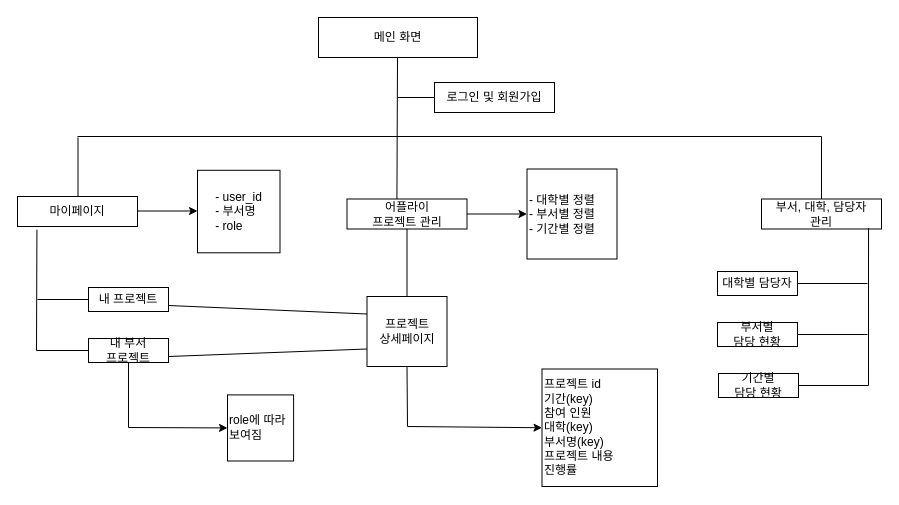
OhHyukJun/Calendar_Project keeps this draw.io diagram as 제목 없는 다이어그램.drawio. Above is the earlier version. Source tidied: cells renumbered, new cells numbered last; positions are measured from the earlier drawing's top-left corner, leaving out a move shared by most shapes. Both pictures are drawn from the tidied source at 100%, with x=0, y=0 at pixel (17, 17).
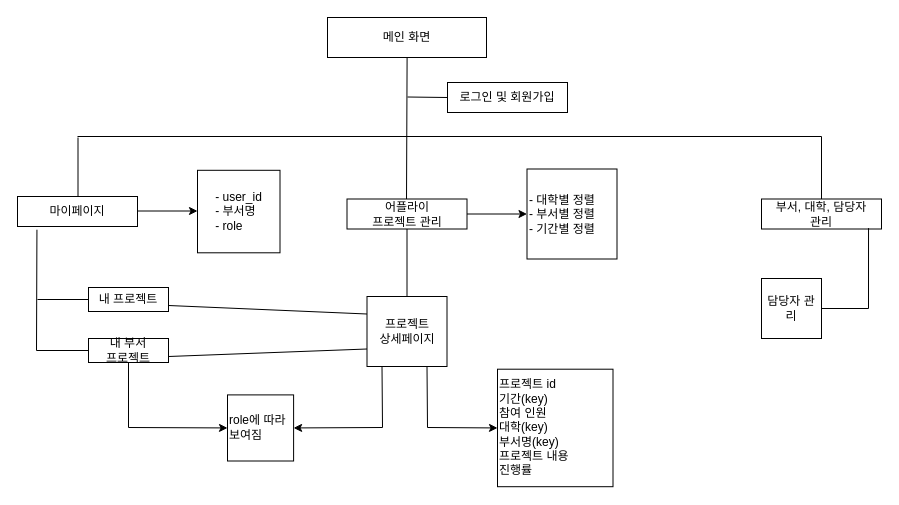
The same page after the edit.

Commit message:
제목 없는 다이어그램.drawio 업데이트

Unchanged cells that the change refers to:
```xml
<mxCell id="9" value="어플라이 &lt;br&gt;프로젝트 관리" style="rounded=0;whiteSpace=wrap;html=1;" parent="1" vertex="1">
  <mxGeometry x="329.5" y="181.5" width="120" height="30" as="geometry" />
</mxCell>
<mxCell id="13" value="프로젝트&lt;br&gt;상세페이지" style="rounded=0;whiteSpace=wrap;html=1;" parent="1" vertex="1">
  <mxGeometry x="349.5" y="279" width="80" height="70" as="geometry" />
</mxCell>
<mxCell id="16" value="부서, 대학, 담당자&lt;br&gt;관리" style="rounded=0;whiteSpace=wrap;html=1;" parent="1" vertex="1">
  <mxGeometry x="744" y="181.5" width="120" height="30" as="geometry" />
</mxCell>
<mxCell id="26" value="role에 따라 보여짐" style="whiteSpace=wrap;html=1;align=left;" parent="1" vertex="1">
  <mxGeometry x="210" y="377.4" width="66.1" height="66.1" as="geometry" />
</mxCell>
```

Diff of the diagram source:
```diff
@@
     <mxCell id="2" value="메인 화면" style="rounded=0;whiteSpace=wrap;html=1;" parent="1" vertex="1">
-      <mxGeometry x="301" width="159" height="40" as="geometry" />
+      <mxGeometry x="310" width="159" height="40" as="geometry" />
     </mxCell>
-    <mxCell id="3" style="endArrow=none;html=1;rounded=0;entryX=0.5;entryY=1;entryDx=0;entryDy=0;exitX=0.416;exitY=0.063;exitDx=0;exitDy=0;exitPerimeter=0;" parent="1" edge="1" source="9">
+    <mxCell id="3" style="endArrow=none;html=1;rounded=0;entryX=0.5;entryY=1;entryDx=0;entryDy=0;exitX=0.416;exitY=0.063;exitDx=0;exitDy=0;exitPerimeter=0;" parent="1" edge="1">
       <mxGeometry relative="1" as="geometry">
-        <mxPoint x="380" y="40" as="targetPoint" />
+        <mxPoint x="389" y="183.4" as="sourcePoint" />
+        <mxPoint x="389.6" y="40" as="targetPoint" />
       </mxGeometry>
     </mxCell>
-    <mxCell id="4" style="endArrow=none;html=1;rounded=0;" parent="1" edge="1">
+    <mxCell id="4" style="endArrow=none;html=1;rounded=0;entryX=0;entryY=0.5;entryDx=0;entryDy=0;" parent="1" edge="1" target="5">
       <mxGeometry relative="1" as="geometry">
-        <mxPoint x="380" y="80" as="sourcePoint" />
-        <mxPoint x="417" y="80" as="targetPoint" />
+        <mxPoint x="390" y="79.5" as="sourcePoint" />
       </mxGeometry>
     </mxCell>
     <mxCell id="5" value="로그인 및 회원가입" style="rounded=0;whiteSpace=wrap;html=1;" parent="1" vertex="1">
-      <mxGeometry x="417" y="65" width="120" height="30" as="geometry" />
+      <mxGeometry x="430" y="65" width="120" height="30" as="geometry" />
     </mxCell>
@@
-    <mxCell id="17" style="endArrow=none;html=1;rounded=0;entryX=0.892;entryY=0.97;entryDx=0;entryDy=0;entryPerimeter=0;exitX=1;exitY=0.5;exitDx=0;exitDy=0;" parent="1" edge="1" source="20" target="16">
+    <mxCell id="17" style="endArrow=none;html=1;rounded=0;entryX=0.892;entryY=0.97;entryDx=0;entryDy=0;entryPerimeter=0;exitX=1;exitY=0.5;exitDx=0;exitDy=0;" parent="1" edge="1" source="34" target="16">
       <mxGeometry relative="1" as="geometry">
         <Array as="points">
-          <mxPoint x="851" y="368" />
+          <mxPoint x="851" y="291" />
         </Array>
       </mxGeometry>
     </mxCell>
-    <mxCell id="18" value="대학별 담당자" style="rounded=0;whiteSpace=wrap;html=1;" parent="1" vertex="1">
-      <mxGeometry x="700" y="254" width="80" height="24" as="geometry" />
-    </mxCell>
-    <mxCell id="19" value="부서별 &lt;br&gt;담당 현황" style="rounded=0;whiteSpace=wrap;html=1;" parent="1" vertex="1">
-      <mxGeometry x="700" y="305" width="80" height="24" as="geometry" />
-    </mxCell>
-    <mxCell id="20" value="기간별 &lt;br&gt;담당 현황" style="rounded=0;whiteSpace=wrap;html=1;" parent="1" vertex="1">
-      <mxGeometry x="701" y="356" width="80" height="24" as="geometry" />
-    </mxCell>
     <mxCell id="21" value="&lt;span style=&quot;background-color: initial;&quot;&gt;프로젝트 id&lt;/span&gt;&lt;br&gt;&lt;span style=&quot;background-color: initial;&quot;&gt;기간(key)&lt;/span&gt;&lt;br&gt;&lt;span style=&quot;background-color: initial;&quot;&gt;참여 인원&lt;/span&gt;&lt;br&gt;&lt;span style=&quot;background-color: initial;&quot;&gt;대학(key)&lt;/span&gt;&lt;br&gt;&lt;span style=&quot;background-color: initial;&quot;&gt;부서명(key)&lt;/span&gt;&lt;br&gt;&lt;span style=&quot;background-color: initial;&quot;&gt;프로젝트 내용&lt;/span&gt;&lt;br&gt;&lt;span style=&quot;background-color: initial;&quot;&gt;진행률&lt;/span&gt;" style="rounded=0;whiteSpace=wrap;html=1;align=left;" parent="1" vertex="1">
-      <mxGeometry x="524.5" y="351.5" width="115.5" height="117.5" as="geometry" />
+      <mxGeometry x="480" y="351.7" width="115.5" height="117.5" as="geometry" />
     </mxCell>
-    <mxCell id="22" style="endArrow=classic;html=1;rounded=0;exitX=0.5;exitY=1;exitDx=0;exitDy=0;entryX=0;entryY=0.5;entryDx=0;entryDy=0;" parent="1" edge="1" source="13" target="21">
+    <mxCell id="22" style="endArrow=classic;html=1;rounded=0;exitX=0.75;exitY=1;exitDx=0;exitDy=0;entryX=0;entryY=0.5;entryDx=0;entryDy=0;" parent="1" edge="1" source="13" target="21">
       <mxGeometry relative="1" as="geometry">
         <Array as="points">
-          <mxPoint x="390" y="409" />
+          <mxPoint x="410" y="410" />
         </Array>
       </mxGeometry>
     </mxCell>
@@
-    <mxCell id="31" style="endArrow=none;html=1;rounded=0;exitX=1;exitY=0.5;exitDx=0;exitDy=0;" parent="1" edge="1" source="18">
-      <mxGeometry relative="1" as="geometry">
-        <mxPoint x="850" y="266" as="targetPoint" />
-      </mxGeometry>
-    </mxCell>
-    <mxCell id="32" style="endArrow=none;html=1;rounded=0;exitX=1;exitY=0.5;exitDx=0;exitDy=0;" parent="1" edge="1" source="19">
-      <mxGeometry relative="1" as="geometry">
-        <mxPoint x="850" y="317" as="targetPoint" />
-      </mxGeometry>
-    </mxCell>
+    <mxCell id="33" style="endArrow=classic;html=1;rounded=0;entryX=1;entryY=0.5;entryDx=0;entryDy=0;" parent="1" edge="1" target="26">
+      <mxGeometry relative="1" as="geometry">
+        <mxPoint x="364.5" y="349" as="sourcePoint" />
+        <Array as="points">
+          <mxPoint x="365" y="410" />
+        </Array>
+      </mxGeometry>
+    </mxCell>
+    <mxCell id="34" value="담당자 관리" style="whiteSpace=wrap;html=1;" parent="1" vertex="1">
+      <mxGeometry x="744" y="261" width="60" height="60" as="geometry" />
+    </mxCell>
```
